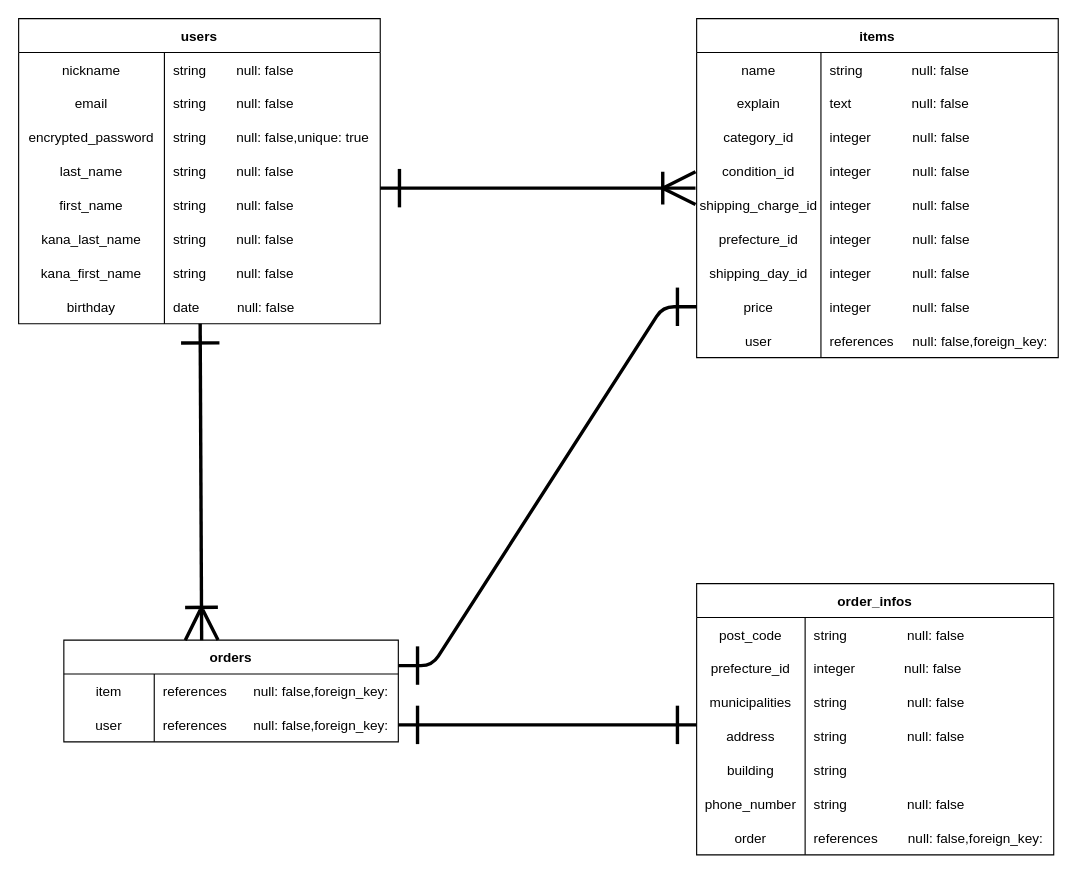
YOSHIKI-NAGAMINE/furima-38929 keeps this draw.io diagram as ER.dio. Above is the earlier version. Source tidied: cells renumbered, new cells numbered last; positions are measured from the earlier drawing's top-left corner, leaving out a move shared by most shapes. Both pictures are drawn from the tidied source at 113%, with x=0, y=0 at pixel (18, 18).
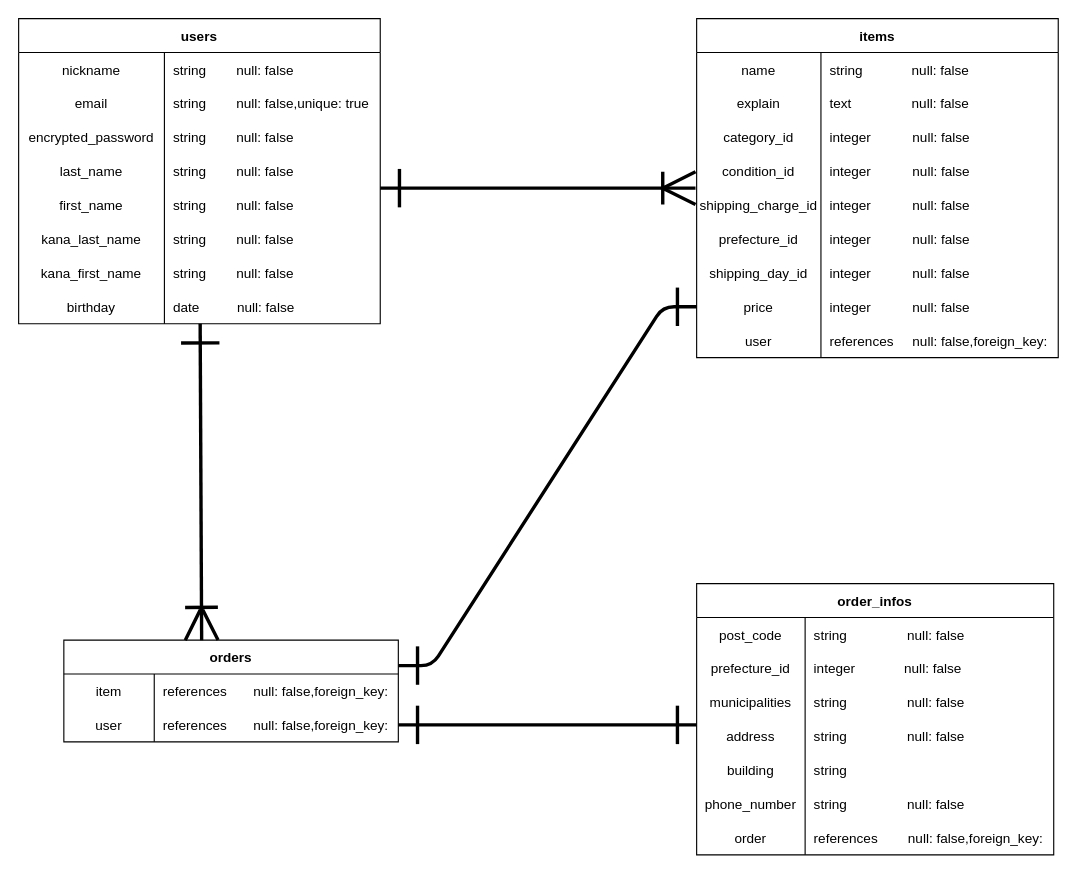
The same diagram, later.

The change refers to these unchanged cells:
```xml
<mxCell id="34" style="shape=tableRow;horizontal=0;startSize=0;swimlaneHead=0;swimlaneBody=0;fillColor=none;top=0;left=0;right=0;bottom=0;" parent="30" vertex="1">
  <mxGeometry y="60" width="320" height="30" as="geometry" />
</mxCell>
<mxCell id="37" style="shape=tableRow;horizontal=0;startSize=0;swimlaneHead=0;swimlaneBody=0;fillColor=none;top=0;left=0;right=0;bottom=0;" parent="30" vertex="1">
  <mxGeometry y="90" width="320" height="30" as="geometry" />
</mxCell>
```

What changed in the source:
```diff
@@
-    <mxCell id="36" value="string        null: false" style="shape=partialRectangle;fillColor=none;top=0;left=0;bottom=0;right=0;align=left;spacingLeft=6;overflow=hidden;" parent="34" vertex="1">
+    <mxCell id="36" value="string        null: false,unique: true" style="shape=partialRectangle;fillColor=none;top=0;left=0;bottom=0;right=0;align=left;spacingLeft=6;overflow=hidden;" parent="34" vertex="1">
       <mxGeometry x="129" width="191" height="30" as="geometry" />
     </mxCell>
@@
-    <mxCell id="39" value="string        null: false,unique: true" style="shape=partialRectangle;fillColor=none;top=0;left=0;bottom=0;right=0;align=left;spacingLeft=6;overflow=hidden;" parent="37" vertex="1">
+    <mxCell id="39" value="string        null: false" style="shape=partialRectangle;fillColor=none;top=0;left=0;bottom=0;right=0;align=left;spacingLeft=6;overflow=hidden;" parent="37" vertex="1">
       <mxGeometry x="129" width="191" height="30" as="geometry" />
     </mxCell>
```
